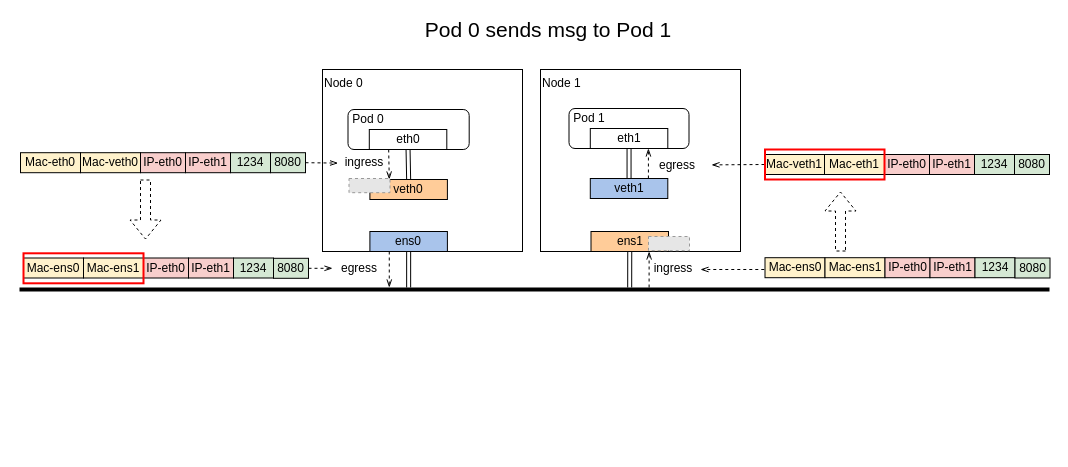
This is XDP_L2net.drawio from LuyaoZhong/Figures, a draw.io file, before an edit. Source tidied: cells renumbered, new cells numbered last; positions are measured from the earlier drawing's top-left corner, leaving out a move shared by most shapes. Both pictures are drawn from the tidied source at 100%, with x=0, y=0 at pixel (19, 19). Pictures stored in the file or linked from it are replaced by grey dashed boxes.
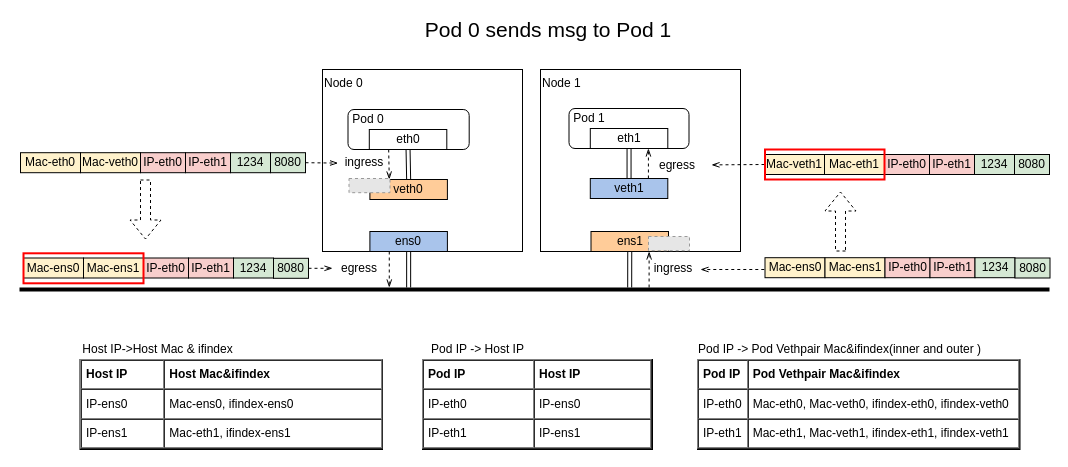
The same diagram, later.

What changed in the source:
```diff
@@
+    <mxCell id="62" value="&lt;table cellpadding=&quot;4&quot; cellspacing=&quot;0&quot; border=&quot;1&quot; style=&quot;font-size: 1em ; width: 100% ; height: 100%&quot;&gt;&lt;tbody&gt;&lt;tr&gt;&lt;th&gt;Pod IP&lt;/th&gt;&lt;th&gt;Pod Vethpair Mac&amp;amp;ifindex&lt;/th&gt;&lt;/tr&gt;&lt;tr&gt;&lt;td&gt;IP-eth0&lt;/td&gt;&lt;td&gt;Mac-eth0, Mac-veth0, ifindex-eth0, ifindex-veth0&lt;/td&gt;&lt;/tr&gt;&lt;tr&gt;&lt;td&gt;IP-eth1&lt;/td&gt;&lt;td&gt;Mac-eth1, Mac-veth1, ifindex-eth1, ifindex-veth1&lt;/td&gt;&lt;/tr&gt;&lt;/tbody&gt;&lt;/table&gt; " style="verticalAlign=top;align=left;overflow=fill;fontSize=12;fontFamily=Helvetica;html=1;strokeColor=#000000;fillColor=#FFFFFF;" parent="1" vertex="1">
+      <mxGeometry x="678" y="340" width="322.5" height="90" as="geometry" />
+    </mxCell>
+    <mxCell id="63" value="Pod IP -&amp;gt; Pod Vethpair Mac&amp;amp;ifindex(inner and outer )" style="text;html=1;align=center;verticalAlign=middle;strokeColor=none;" parent="1" vertex="1">
+      <mxGeometry x="669.5" y="320" width="300" height="20" as="geometry" />
+    </mxCell>
+    <mxCell id="64" value="&lt;table cellpadding=&quot;4&quot; cellspacing=&quot;0&quot; border=&quot;1&quot; style=&quot;font-size: 1em ; width: 100% ; height: 100%&quot;&gt;&lt;tbody&gt;&lt;tr&gt;&lt;th&gt;Pod IP&lt;/th&gt;&lt;th&gt;Host IP&lt;/th&gt;&lt;/tr&gt;&lt;tr&gt;&lt;td&gt;IP-eth0&lt;/td&gt;&lt;td&gt;IP-ens0&lt;/td&gt;&lt;/tr&gt;&lt;tr&gt;&lt;td&gt;IP-eth1&lt;/td&gt;&lt;td&gt;IP-ens1&lt;/td&gt;&lt;/tr&gt;&lt;/tbody&gt;&lt;/table&gt; " style="verticalAlign=top;align=left;overflow=fill;fontSize=12;fontFamily=Helvetica;html=1;strokeColor=#000000;fillColor=#FFFFFF;" parent="1" vertex="1">
+      <mxGeometry x="403" y="340" width="230" height="90" as="geometry" />
+    </mxCell>
+    <mxCell id="65" value="Pod IP -&amp;gt; Host IP" style="text;html=1;align=center;verticalAlign=middle;strokeColor=none;" parent="1" vertex="1">
+      <mxGeometry x="403" y="320" width="110" height="20" as="geometry" />
+    </mxCell>
+    <mxCell id="66" value="&lt;table cellpadding=&quot;4&quot; cellspacing=&quot;0&quot; border=&quot;1&quot; style=&quot;font-size: 1em ; width: 100% ; height: 100%&quot;&gt;&lt;tbody&gt;&lt;tr&gt;&lt;th&gt;Host IP&lt;/th&gt;&lt;th&gt;Host Mac&amp;amp;ifindex&lt;/th&gt;&lt;/tr&gt;&lt;tr&gt;&lt;td&gt;IP-ens0&lt;/td&gt;&lt;td&gt;Mac-ens0, ifindex-ens0&lt;/td&gt;&lt;/tr&gt;&lt;tr&gt;&lt;td&gt;IP-ens1&lt;/td&gt;&lt;td&gt;Mac-eth1, ifindex-ens1&lt;/td&gt;&lt;/tr&gt;&lt;/tbody&gt;&lt;/table&gt; " style="verticalAlign=top;align=left;overflow=fill;fontSize=12;fontFamily=Helvetica;html=1;strokeColor=#000000;fillColor=#FFFFFF;" parent="1" vertex="1">
+      <mxGeometry x="60.5" y="340" width="302.5" height="90" as="geometry" />
+    </mxCell>
+    <mxCell id="67" value="Host IP-&amp;gt;Host Mac &amp;amp; ifindex" style="text;html=1;align=center;verticalAlign=middle;strokeColor=none;" parent="1" vertex="1">
+      <mxGeometry x="53" y="320" width="170" height="20" as="geometry" />
+    </mxCell>
```
